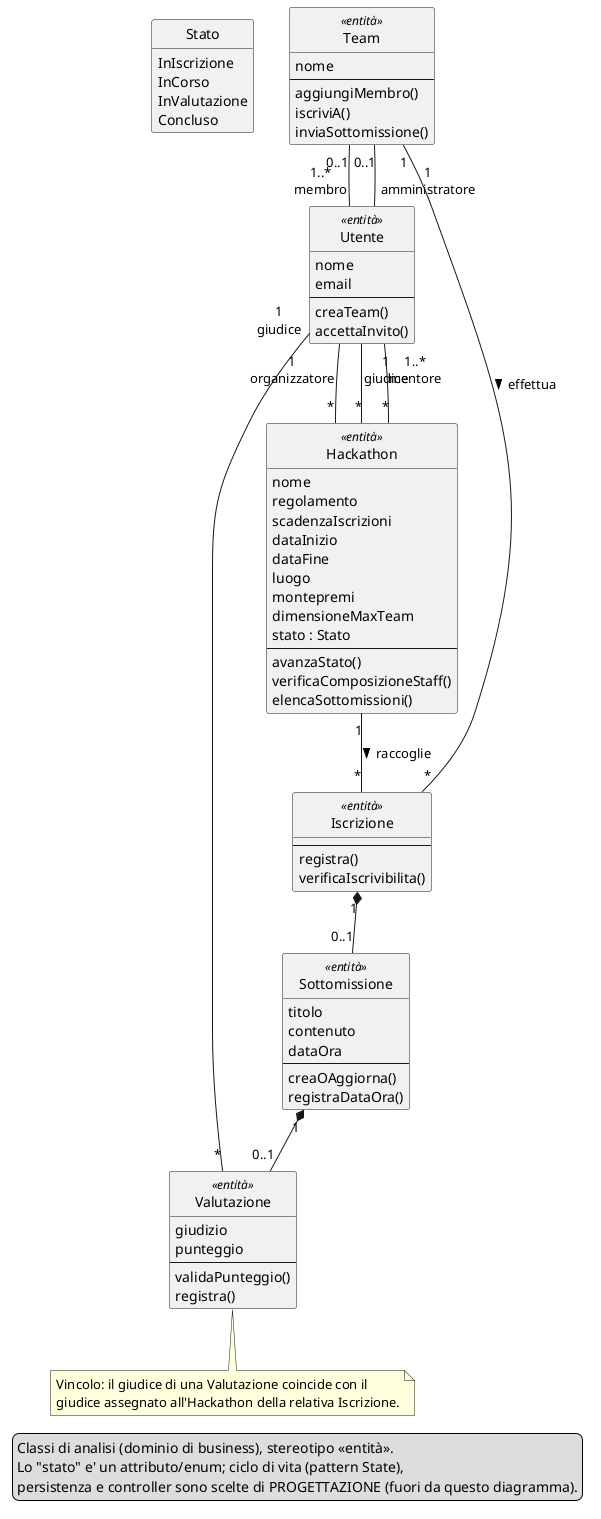
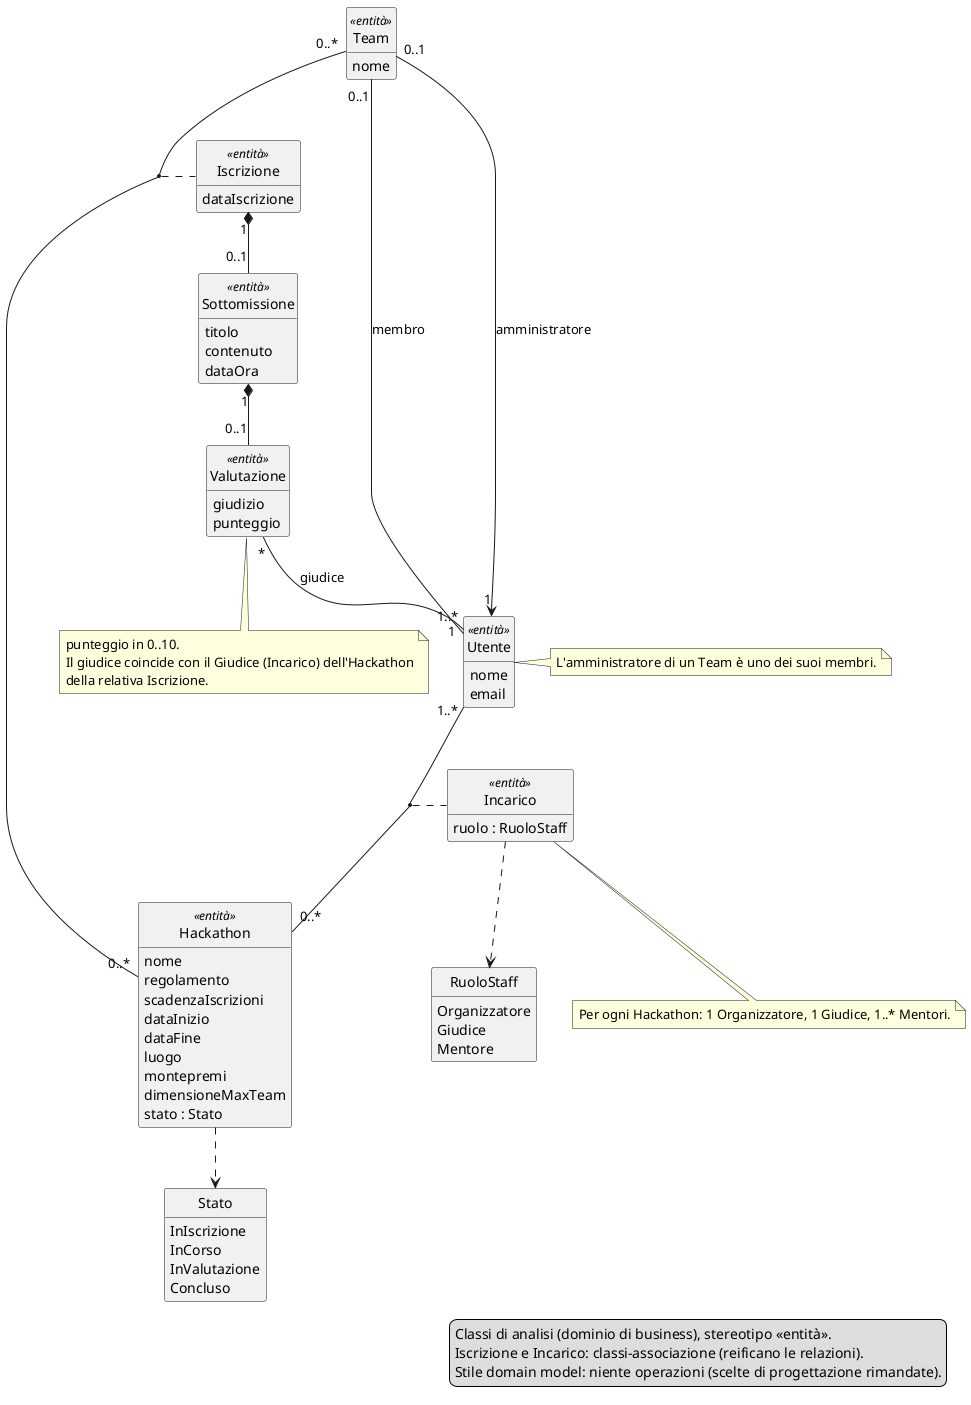
@startuml CLASSI_ANALISI_HackHub
- ' Diagramma delle CLASSI DI ANALISI - 1a iterazione HackHub.
- ' Solo concetti del dominio di business (no boundary/control): cfr. docs/UML_03_Class.pdf slide 11.
- ' Coerente con useCase.puml e CASI_USO_REALIZZATI.md
- ' (Crea Hackathon, Crea Team, Iscrive Team, Invia Sottomissione, Valuta Sottomissione).
+ ' CLASSI DI ANALISI - 1a iterazione HackHub. Solo dominio di business (UML_03 slide 11).
+ ' Stile domain model: niente operazioni (UML_03 slide 13). Ruoli staff reificati in Incarico
+ ' (UML_02 slide 6). Iscrizione e Incarico = classi-associazione (UML_04 slide 10).
+ ' Coerente con useCase.puml e CASI_USO_REALIZZATI.md (5 UC della 1a iterazione).
hide empty members
hide circle

enum Stato {
  InIscrizione
  InCorso
  InValutazione
  Concluso
}

+ enum RuoloStaff {
+   Organizzatore
+   Giudice
+   Mentore
+ }
+ 
class Utente <<entità>> {
  nome
  email
-   --
-   creaTeam()
-   accettaInvito()
}

class Hackathon <<entità>> {
  nome
  regolamento
  scadenzaIscrizioni
  dataInizio
  dataFine
  luogo
  montepremi
  dimensioneMaxTeam
  stato : Stato
-   --
-   avanzaStato()
-   verificaComposizioneStaff()
-   elencaSottomissioni()
}

class Team <<entità>> {
  nome
-   --
-   aggiungiMembro()
-   iscriviA()
-   inviaSottomissione()
}

class Iscrizione <<entità>> {
-   --
-   registra()
-   verificaIscrivibilita()
+   dataIscrizione
+ }
+ 
+ class Incarico <<entità>> {
+   ruolo : RuoloStaff
}

class Sottomissione <<entità>> {
  titolo
  contenuto
  dataOra
-   --
-   creaOAggiorna()
-   registraDataOra()
}

class Valutazione <<entità>> {
  giudizio
  punteggio
-   --
-   validaPunteggio()
-   registra()
}

- ' ===== Ruoli staff e partecipazione (ruoli sull'estremita' Utente, molteplicita' su ENTRAMBE) =====
- Utente "1\norganizzatore"    -- "*" Hackathon
- Utente "1\ngiudice"          -- "*" Hackathon
- Utente "1..*\nmentore"       -- "*" Hackathon
- Team "0..1" -- "1..*\nmembro"        Utente
- Team "0..1" -- "1\namministratore"   Utente
+ ' ===== Staff: ruolo reificato (Incarico) tra Utente e Hackathon =====
+ Utente "1..*" -- "0..*" Hackathon
+ (Utente, Hackathon) .. Incarico
+ Incarico ..> RuoloStaff

- ' ===== Iscrizione (reifica Team-Hackathon) e catena del valore =====
- Team       "1" -- "*" Iscrizione : effettua >
- Hackathon  "1" -- "*" Iscrizione : raccoglie >
+ ' ===== Appartenenza a un team =====
+ Team "0..1" -- "1..*" Utente : membro
+ Team "0..1" --> "1" Utente : amministratore
+ 
+ ' ===== Iscrizione: classe associazione Team-Hackathon, e catena del valore =====
+ Team "0..*" -- "0..*" Hackathon
+ (Team, Hackathon) .. Iscrizione
Iscrizione "1" *-- "0..1" Sottomissione
Sottomissione "1" *-- "0..1" Valutazione
- Valutazione "*" -- "1\ngiudice" Utente
+ Valutazione "*" -- "1" Utente : giudice
+ 
+ ' ===== Stato del ciclo di vita =====
+ Hackathon ..> Stato
+ 
+ note bottom of Incarico
+   Per ogni Hackathon: 1 Organizzatore, 1 Giudice, 1..* Mentori.
+ end note

note bottom of Valutazione
-   Vincolo: il giudice di una Valutazione coincide con il
-   giudice assegnato all'Hackathon della relativa Iscrizione.
- endnote
+   punteggio in 0..10.
+   Il giudice coincide con il Giudice (Incarico) dell'Hackathon
+   della relativa Iscrizione.
+ end note
+ 
+ note right of Utente
+   L'amministratore di un Team è uno dei suoi membri.
+ end note

legend right
  Classi di analisi (dominio di business), stereotipo «entità».
-   Lo "stato" e' un attributo/enum; ciclo di vita (pattern State),
-   persistenza e controller sono scelte di PROGETTAZIONE (fuori da questo diagramma).
+   Iscrizione e Incarico: classi-associazione (reificano le relazioni).
+   Stile domain model: niente operazioni (scelte di progettazione rimandate).
endlegend

@enduml
